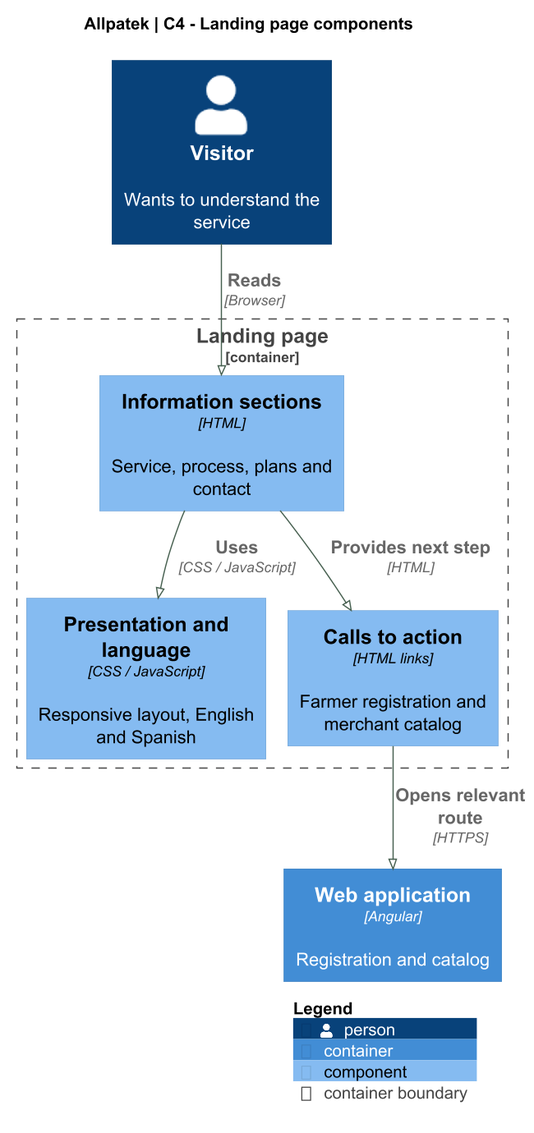
upc-pre-202620-1asi0729-7753-Terranova/allpatek-report keeps this PlantUML diagram as assets/chapter-04/architecture/06-landing-components.png. Above is the earlier version.
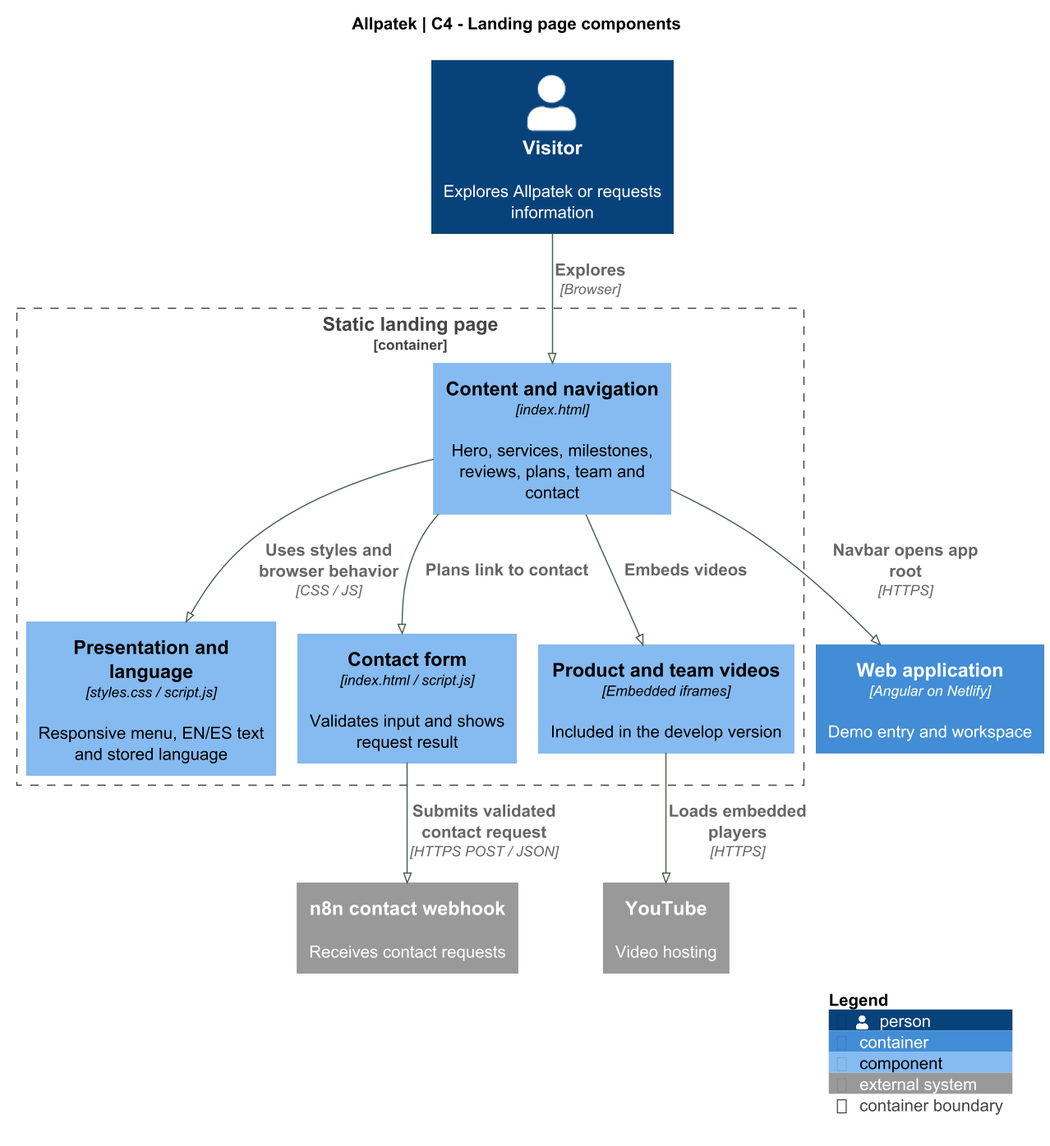
After the change.

The edit, as a diff of the source:
```diff
@@ -3,25 +3,33 @@
 !include <C4/C4_Component>
 skinparam backgroundColor white
 skinparam defaultFontName SansSerif
-skinparam defaultFontSize 15
+skinparam defaultFontSize 14
 skinparam shadowing false
-skinparam classAttributeIconSize 0
 skinparam ArrowColor #476050
 skinparam dpi 140
 title Allpatek | C4 - Landing page components
 
 LAYOUT_TOP_DOWN()
-Person(visitor,"Visitor","Wants to understand the service")
-Container_Boundary(landing,"Landing page") {
- Component(sections,"Information sections","HTML","Service, process, plans and contact")
- Component(style,"Presentation and language","CSS / JavaScript","Responsive layout, English and Spanish")
- Component(links,"Calls to action","HTML links","Farmer registration and merchant catalog")
+Person(visitor, "Visitor", "Explores Allpatek or requests information")
+
+Container_Boundary(landing, "Static landing page") {
+  Component(content, "Content and navigation", "index.html", "Hero, services, milestones, reviews, plans, team and contact")
+  Component(ui, "Presentation and language", "styles.css / script.js", "Responsive menu, EN/ES text and stored language")
+  Component(contact, "Contact form", "index.html / script.js", "Validates input and shows request result")
+  Component(videos, "Product and team videos", "Embedded iframes", "Included in the develop version")
 }
-Container(web,"Web application","Angular","Registration and catalog")
-Rel(visitor,sections,"Reads", "Browser")
-Rel(sections,style,"Uses", "CSS / JavaScript")
-Rel(sections,links,"Provides next step", "HTML")
-Rel(links,web,"Opens relevant route", "HTTPS")
+
+Container(web, "Web application", "Angular on Netlify", "Demo entry and workspace")
+System_Ext(youtube, "YouTube", "Video hosting")
+System_Ext(automation, "n8n contact webhook", "Receives contact requests")
+
+Rel(visitor, content, "Explores", "Browser")
+Rel(content, ui, "Uses styles and browser behavior", "CSS / JS")
+Rel(content, contact, "Plans link to contact")
+Rel(content, videos, "Embeds videos")
+Rel(content, web, "Navbar opens app root", "HTTPS")
+Rel(videos, youtube, "Loads embedded players", "HTTPS")
+Rel(contact, automation, "Submits validated contact request", "HTTPS POST / JSON")
+
 SHOW_LEGEND()
-
 @enduml
```
